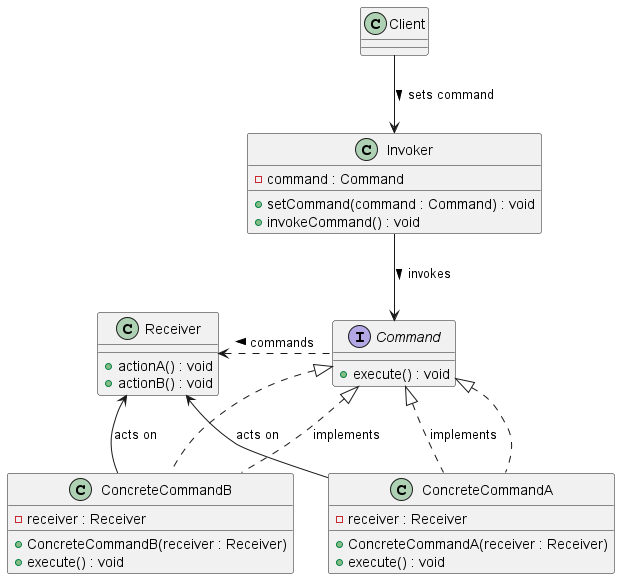
Gabriel-SoftwareAG/DesignPatterns keeps this PlantUML diagram as Patterns/Manuscript/manuscript/images/ch15_Command/CommandPatternClassDiagram.png. Above is the earlier version.
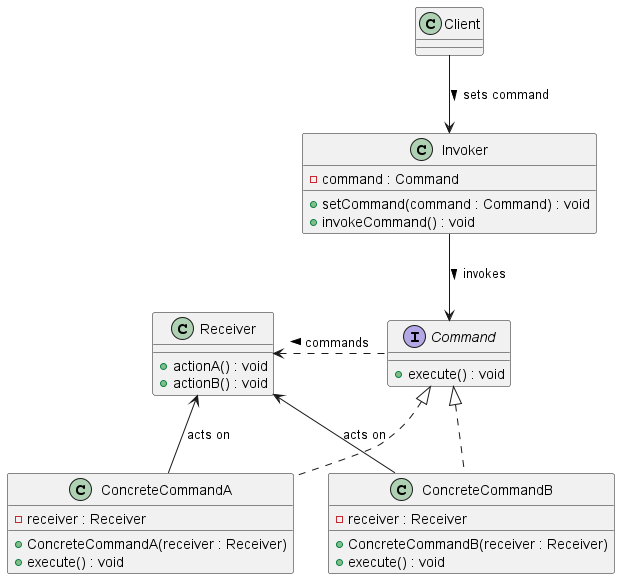
Above is the later version.

The edit, as a diff of the source:
```diff
@@ -33,8 +33,6 @@
 Client -down-> Invoker : sets command >
 Invoker -down-> Command : invokes >
 Command .left.> Receiver : commands >
-ConcreteCommandA .up.|> Command : implements
-ConcreteCommandB .up.|> Command : implements
 ConcreteCommandA -right-> Receiver : acts on
 ConcreteCommandB -right-> Receiver : acts on
 
```
